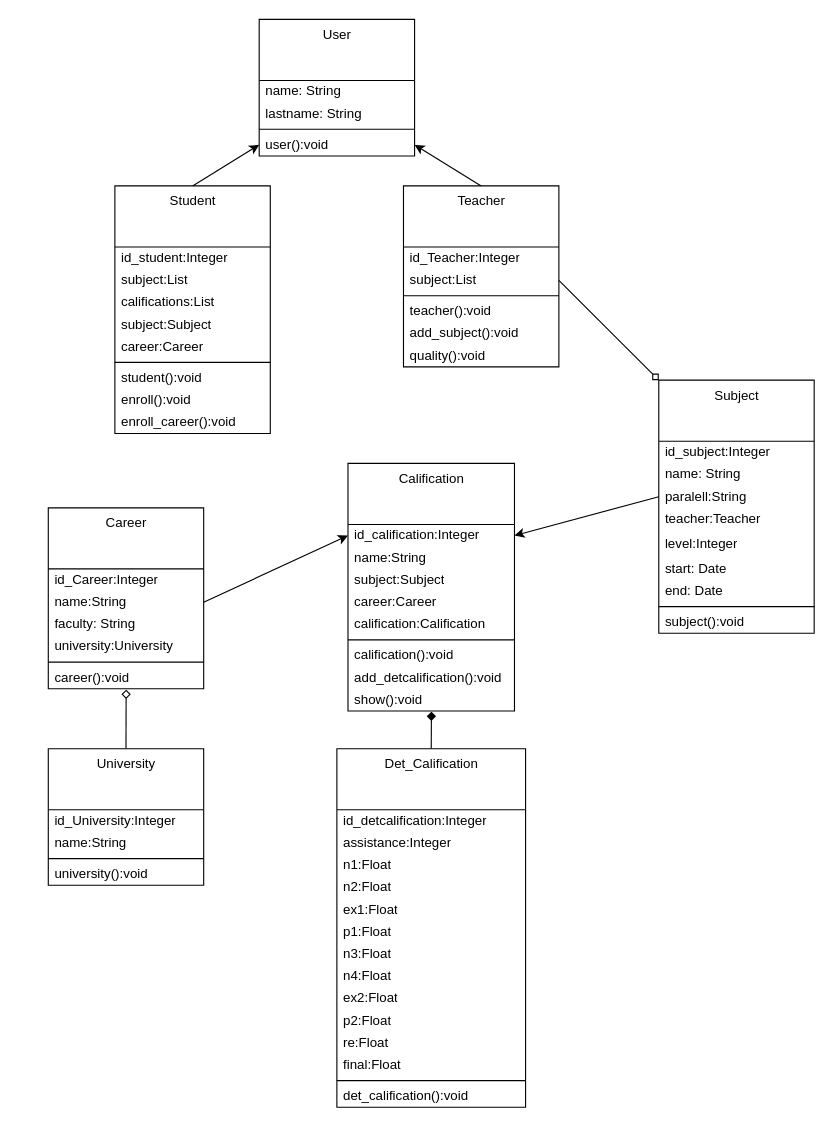
Above: Diagram.drawio in alejandg1/poo_tarea2 (draw.io), before the change. Source tidied: cells renumbered, new cells numbered last; positions are measured from the earlier drawing's top-left corner, leaving out a move shared by most shapes. Both pictures are drawn from the tidied source at 111%, with x=0, y=0 at pixel (48, 19).
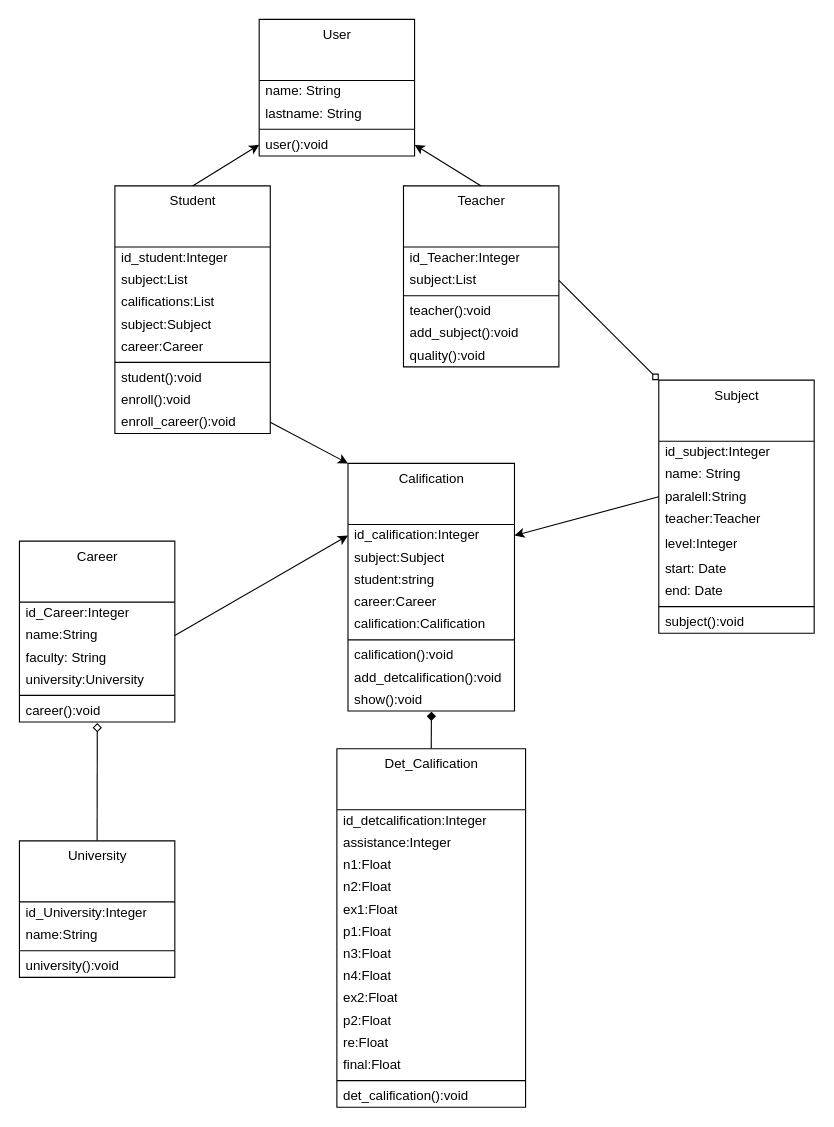
The same diagram, later.

The change refers to these unchanged cells:
```xml
<mxCell id="48" value="enroll_career():void" style="text;html=1;strokeColor=none;fillColor=none;align=left;verticalAlign=middle;spacingLeft=4;spacingRight=4;overflow=hidden;points=[[0,0.5],[1,0.5]];portConstraint=eastwest;" parent="39" vertex="1">
  <mxGeometry y="203" width="140" height="20" as="geometry" />
</mxCell>
<mxCell id="65" value="Calification" style="swimlane;fontStyle=0;align=center;verticalAlign=top;horizontal=1;startSize=55;html=1;" parent="1" vertex="1">
  <mxGeometry x="270" y="400" width="150" height="223" as="geometry" />
</mxCell>
```

Diff of the diagram source:
```diff
@@
     <mxCell id="3" value="University" style="swimlane;fontStyle=0;align=center;verticalAlign=top;horizontal=1;startSize=55;html=1;" parent="1" vertex="1">
-      <mxGeometry y="657" width="140" height="123" as="geometry" />
+      <mxGeometry x="-26" y="740" width="140" height="123" as="geometry" />
     </mxCell>
@@
     <mxCell id="8" value="Career" style="swimlane;fontStyle=0;align=center;verticalAlign=top;horizontal=1;startSize=55;html=1;" parent="1" vertex="1">
-      <mxGeometry y="440" width="140" height="163" as="geometry" />
+      <mxGeometry x="-26" y="470" width="140" height="163" as="geometry" />
     </mxCell>
@@
-    <mxCell id="67" value="name:String" style="text;html=1;strokeColor=none;fillColor=none;align=left;verticalAlign=middle;spacingLeft=4;spacingRight=4;overflow=hidden;" parent="65" vertex="1">
-      <mxGeometry y="75" width="150" height="20" as="geometry" />
-    </mxCell>
     <mxCell id="68" value="subject:Subject" style="text;html=1;strokeColor=none;fillColor=none;align=left;verticalAlign=middle;spacingLeft=4;spacingRight=4;overflow=hidden;" parent="65" vertex="1">
-      <mxGeometry y="95" width="150" height="20" as="geometry" />
+      <mxGeometry y="75" width="150" height="20" as="geometry" />
     </mxCell>
+    <mxCell id="78" value="student:string" style="text;html=1;strokeColor=none;fillColor=none;align=left;verticalAlign=middle;spacingLeft=4;spacingRight=4;overflow=hidden;" parent="65" vertex="1">
+      <mxGeometry y="95" width="150" height="20" as="geometry" />
+    </mxCell>
@@
+    <mxCell id="79" style="edgeStyle=none;html=1;exitX=1;exitY=0.5;exitDx=0;exitDy=0;entryX=0;entryY=0;entryDx=0;entryDy=0;" parent="1" edge="1" source="48" target="65">
+      <mxGeometry relative="1" as="geometry" />
+    </mxCell>
```
